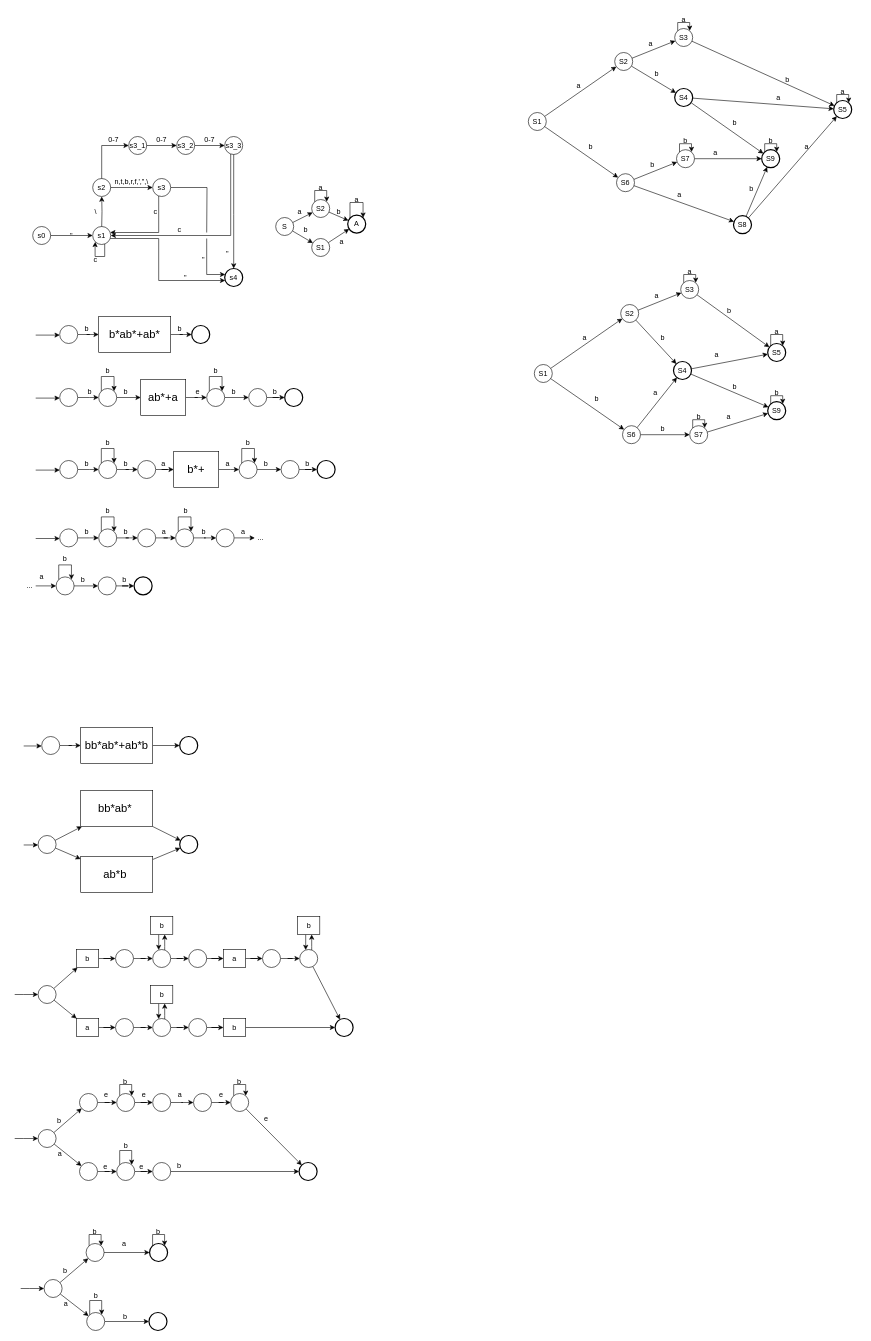
Earlier version of the draw.io diagram at/lab3/lab3.drawio (AnDreV133/BSTU-labs). Source tidied: cells renumbered, new cells numbered last; positions are measured from the earlier drawing's top-left corner, leaving out a move shared by most shapes. Both pictures are drawn from the tidied source at 60%, with x=0, y=0 at pixel (11, 10).
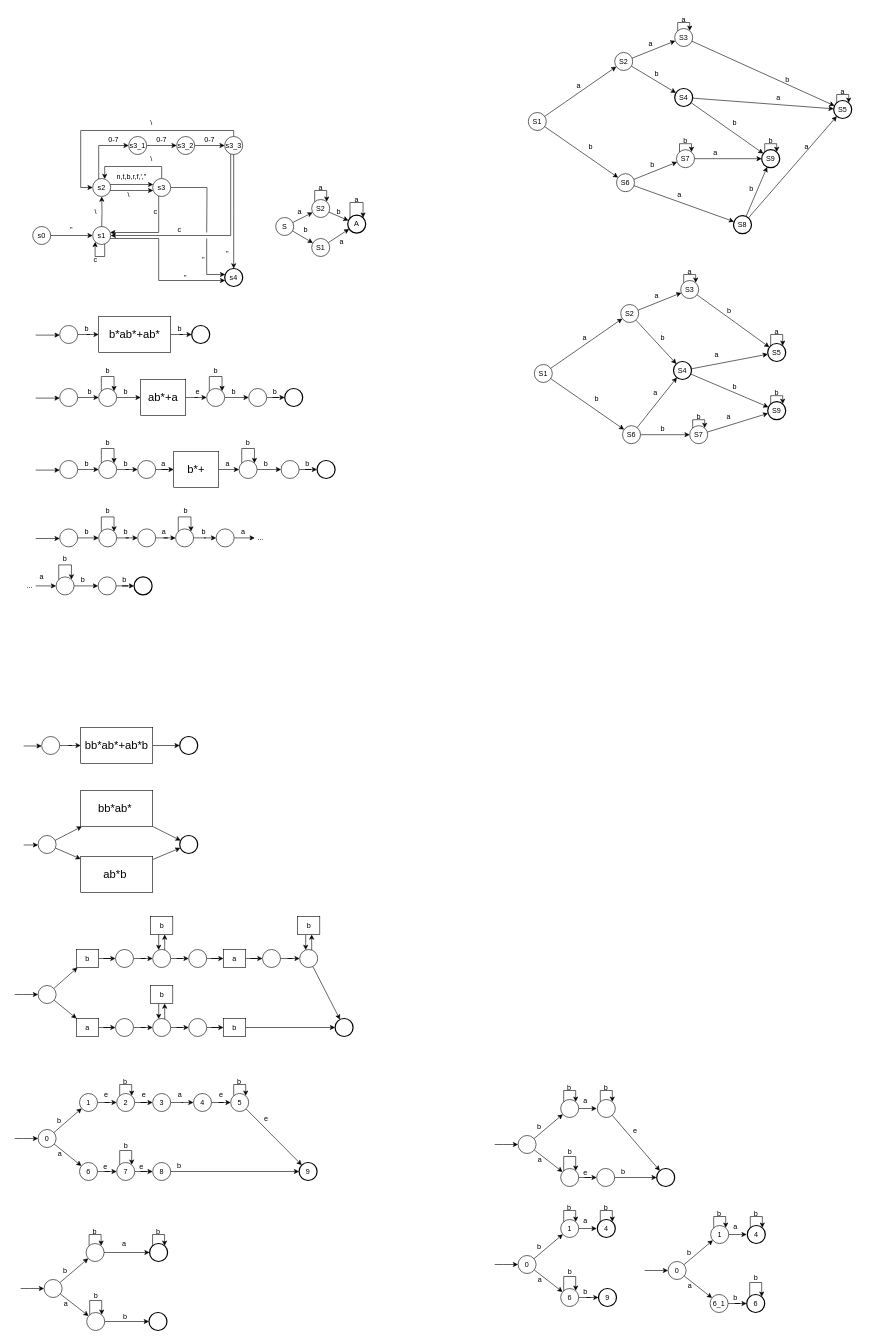
After the change.

Unchanged cells that the change refers to:
```xml
<mxCell id="7" value="s2" style="ellipse;whiteSpace=wrap;html=1;" parent="1" vertex="1">
  <mxGeometry x="135" y="280" width="30" height="30" as="geometry" />
</mxCell>
<mxCell id="12" value="s3" style="ellipse;whiteSpace=wrap;html=1;" parent="1" vertex="1">
  <mxGeometry x="235" y="280" width="30" height="30" as="geometry" />
</mxCell>
<mxCell id="15" value="s3_1" style="ellipse;whiteSpace=wrap;html=1;" parent="1" vertex="1">
  <mxGeometry x="195" y="210" width="30" height="30" as="geometry" />
</mxCell>
<mxCell id="21" value="s3_3" style="ellipse;whiteSpace=wrap;html=1;" parent="1" vertex="1">
  <mxGeometry x="355" y="210" width="30" height="30" as="geometry" />
</mxCell>
```

Change to the diagram source:
```diff
@@
     <mxCell id="3" value="&quot;" style="text;html=1;align=center;verticalAlign=middle;whiteSpace=wrap;rounded=0;" parent="1" vertex="1">
-      <mxGeometry x="85" y="360" width="30" height="30" as="geometry" />
+      <mxGeometry x="85" y="350" width="30" height="30" as="geometry" />
     </mxCell>
@@
+    <mxCell id="324" style="edgeStyle=orthogonalEdgeStyle;rounded=0;jettySize=auto;html=1;" parent="1" edge="1" source="12" target="7">
+      <mxGeometry relative="1" as="geometry">
+        <Array as="points">
+          <mxPoint x="250" y="260" />
+          <mxPoint x="155" y="260" />
+        </Array>
+      </mxGeometry>
+    </mxCell>
@@
     <mxCell id="13" style="edgeStyle=orthogonalEdgeStyle;rounded=0;jettySize=auto;html=1;" parent="1" edge="1" source="7" target="12">
-      <mxGeometry relative="1" as="geometry" />
+      <mxGeometry relative="1" as="geometry">
+        <Array as="points">
+          <mxPoint x="205" y="290" />
+          <mxPoint x="205" y="290" />
+        </Array>
+      </mxGeometry>
     </mxCell>
-    <mxCell id="14" value="n,t,b,r,f,',&quot;,\" style="text;html=1;align=center;verticalAlign=middle;whiteSpace=wrap;rounded=0;" parent="1" vertex="1">
-      <mxGeometry x="185" y="270" width="30" height="30" as="geometry" />
+    <mxCell id="14" value="n,t,b,r,f,',&quot;" style="text;html=1;align=center;verticalAlign=middle;whiteSpace=wrap;rounded=0;" parent="1" vertex="1">
+      <mxGeometry x="185" y="263" width="30" height="30" as="geometry" />
     </mxCell>
@@
     <mxCell id="16" style="edgeStyle=orthogonalEdgeStyle;rounded=0;jettySize=auto;html=1;" parent="1" edge="1" source="7" target="15">
       <mxGeometry relative="1" as="geometry">
         <Array as="points">
-          <mxPoint x="150" y="225" />
+          <mxPoint x="145" y="225" />
         </Array>
       </mxGeometry>
     </mxCell>
@@
+    <mxCell id="325" style="edgeStyle=orthogonalEdgeStyle;rounded=0;jettySize=auto;html=1;" parent="1" edge="1" source="21" target="7">
+      <mxGeometry relative="1" as="geometry">
+        <Array as="points">
+          <mxPoint x="370" y="200" />
+          <mxPoint x="115" y="200" />
+          <mxPoint x="115" y="295" />
+        </Array>
+      </mxGeometry>
+    </mxCell>
@@
-    <mxCell id="269" style="ellipse;whiteSpace=wrap;html=1;" parent="1" vertex="1">
+    <mxCell id="269" value="0" style="ellipse;whiteSpace=wrap;html=1;" parent="1" vertex="1">
       <mxGeometry x="44" y="1865" width="30" height="30" as="geometry" />
     </mxCell>
@@
-    <mxCell id="271" style="ellipse;whiteSpace=wrap;html=1;strokeWidth=2;" parent="1" vertex="1">
+    <mxCell id="271" value="9" style="ellipse;whiteSpace=wrap;html=1;strokeWidth=2;" parent="1" vertex="1">
       <mxGeometry x="479" y="1920" width="30" height="30" as="geometry" />
     </mxCell>
@@
-    <mxCell id="273" style="ellipse;whiteSpace=wrap;html=1;" parent="1" vertex="1">
+    <mxCell id="273" value="1" style="ellipse;whiteSpace=wrap;html=1;" parent="1" vertex="1">
       <mxGeometry x="113" y="1805" width="30" height="30" as="geometry" />
     </mxCell>
@@
-    <mxCell id="275" style="ellipse;whiteSpace=wrap;html=1;" parent="1" vertex="1">
+    <mxCell id="275" value="2" style="ellipse;whiteSpace=wrap;html=1;" parent="1" vertex="1">
       <mxGeometry x="175" y="1805" width="30" height="30" as="geometry" />
     </mxCell>
@@
-    <mxCell id="277" style="ellipse;whiteSpace=wrap;html=1;" parent="1" vertex="1">
+    <mxCell id="277" value="3" style="ellipse;whiteSpace=wrap;html=1;" parent="1" vertex="1">
       <mxGeometry x="235" y="1805" width="30" height="30" as="geometry" />
     </mxCell>
@@
-    <mxCell id="279" style="ellipse;whiteSpace=wrap;html=1;" parent="1" vertex="1">
+    <mxCell id="279" value="4" style="ellipse;whiteSpace=wrap;html=1;" parent="1" vertex="1">
       <mxGeometry x="303" y="1805" width="30" height="30" as="geometry" />
     </mxCell>
@@
-    <mxCell id="282" style="ellipse;whiteSpace=wrap;html=1;" parent="1" vertex="1">
+    <mxCell id="282" value="6" style="ellipse;whiteSpace=wrap;html=1;" parent="1" vertex="1">
       <mxGeometry x="113" y="1920" width="30" height="30" as="geometry" />
     </mxCell>
@@
-    <mxCell id="284" style="ellipse;whiteSpace=wrap;html=1;" parent="1" vertex="1">
+    <mxCell id="284" value="7" style="ellipse;whiteSpace=wrap;html=1;" parent="1" vertex="1">
       <mxGeometry x="175" y="1920" width="30" height="30" as="geometry" />
     </mxCell>
-    <mxCell id="285" style="ellipse;whiteSpace=wrap;html=1;" parent="1" vertex="1">
+    <mxCell id="285" value="8" style="ellipse;whiteSpace=wrap;html=1;" parent="1" vertex="1">
       <mxGeometry x="235" y="1920" width="30" height="30" as="geometry" />
     </mxCell>
@@
-    <mxCell id="297" style="ellipse;whiteSpace=wrap;html=1;" parent="1" vertex="1">
+    <mxCell id="297" value="5" style="ellipse;whiteSpace=wrap;html=1;" parent="1" vertex="1">
       <mxGeometry x="365" y="1805" width="30" height="30" as="geometry" />
     </mxCell>
@@
+    <mxCell id="326" style="edgeStyle=orthogonalEdgeStyle;rounded=0;jettySize=auto;html=1;" parent="1" edge="1" source="7" target="12">
+      <mxGeometry relative="1" as="geometry">
+        <Array as="points">
+          <mxPoint x="205" y="300" />
+          <mxPoint x="205" y="300" />
+        </Array>
+      </mxGeometry>
+    </mxCell>
+    <mxCell id="327" value="\" style="text;html=1;align=center;verticalAlign=middle;whiteSpace=wrap;rounded=0;" parent="1" vertex="1">
+      <mxGeometry x="180" y="293" width="30" height="30" as="geometry" />
+    </mxCell>
+    <mxCell id="328" value="\" style="text;html=1;align=center;verticalAlign=middle;whiteSpace=wrap;rounded=0;" parent="1" vertex="1">
+      <mxGeometry x="218" y="172" width="30" height="30" as="geometry" />
+    </mxCell>
+    <mxCell id="329" value="\" style="text;html=1;align=center;verticalAlign=middle;whiteSpace=wrap;rounded=0;" parent="1" vertex="1">
+      <mxGeometry x="218" y="233" width="30" height="30" as="geometry" />
+    </mxCell>
+    <mxCell id="330" value="&lt;div&gt;&lt;br&gt;&lt;/div&gt;" style="endArrow=classic;html=1;rounded=0;" parent="1" edge="1" source="332" target="336">
+      <mxGeometry x="-0.31" y="6" relative="1" as="geometry" />
+    </mxCell>
+    <mxCell id="331" style="endArrow=classic;html=1;rounded=0;" parent="1" edge="1" source="332" target="339">
+      <mxGeometry relative="1" as="geometry" />
+    </mxCell>
+    <mxCell id="332" style="ellipse;whiteSpace=wrap;html=1;" parent="1" vertex="1">
+      <mxGeometry x="844" y="1875" width="30" height="30" as="geometry" />
+    </mxCell>
+    <mxCell id="333" style="edgeStyle=orthogonalEdgeStyle;rounded=0;jettySize=auto;html=1;" parent="1" edge="1" target="332">
+      <mxGeometry relative="1" as="geometry">
+        <mxPoint x="805" y="1890" as="sourcePoint" />
+        <Array as="points">
+          <mxPoint x="820" y="1890" />
+        </Array>
+      </mxGeometry>
+    </mxCell>
+    <mxCell id="334" style="ellipse;whiteSpace=wrap;html=1;strokeWidth=2;" parent="1" vertex="1">
+      <mxGeometry x="1075" y="1930" width="30" height="30" as="geometry" />
+    </mxCell>
+    <mxCell id="335" style="edgeStyle=orthogonalEdgeStyle;rounded=0;jettySize=auto;html=1;" parent="1" edge="1" source="336">
+      <mxGeometry relative="1" as="geometry">
+        <mxPoint x="975" y="1830" as="targetPoint" />
+      </mxGeometry>
+    </mxCell>
+    <mxCell id="336" style="ellipse;whiteSpace=wrap;html=1;" parent="1" vertex="1">
+      <mxGeometry x="915" y="1815" width="30" height="30" as="geometry" />
+    </mxCell>
+    <mxCell id="337" style="endArrow=classic;html=1;rounded=0;" parent="1" edge="1" source="349" target="334">
+      <mxGeometry relative="1" as="geometry" />
+    </mxCell>
+    <mxCell id="338" style="edgeStyle=orthogonalEdgeStyle;rounded=0;jettySize=auto;html=1;" parent="1" edge="1" source="339" target="340">
+      <mxGeometry relative="1" as="geometry" />
+    </mxCell>
+    <mxCell id="339" style="ellipse;whiteSpace=wrap;html=1;" parent="1" vertex="1">
+      <mxGeometry x="915" y="1930" width="30" height="30" as="geometry" />
+    </mxCell>
+    <mxCell id="340" style="ellipse;whiteSpace=wrap;html=1;" parent="1" vertex="1">
+      <mxGeometry x="975" y="1930" width="30" height="30" as="geometry" />
+    </mxCell>
+    <mxCell id="341" style="edgeStyle=orthogonalEdgeStyle;rounded=0;jettySize=auto;html=1;" parent="1" edge="1" source="340" target="334">
+      <mxGeometry relative="1" as="geometry" />
+    </mxCell>
+    <mxCell id="342" value="b" style="text;html=1;align=center;verticalAlign=middle;whiteSpace=wrap;rounded=0;" parent="1" vertex="1">
+      <mxGeometry x="864" y="1845" width="31" height="30" as="geometry" />
+    </mxCell>
+    <mxCell id="343" value="a" style="text;html=1;align=center;verticalAlign=middle;whiteSpace=wrap;rounded=0;" parent="1" vertex="1">
+      <mxGeometry x="865" y="1900" width="31" height="30" as="geometry" />
+    </mxCell>
+    <mxCell id="344" value="e&lt;div&gt;&lt;br&gt;&lt;/div&gt;" style="text;html=1;align=center;verticalAlign=middle;whiteSpace=wrap;rounded=0;" parent="1" vertex="1">
+      <mxGeometry x="940.5" y="1930" width="31" height="30" as="geometry" />
+    </mxCell>
+    <mxCell id="345" style="edgeStyle=orthogonalEdgeStyle;rounded=0;orthogonalLoop=1;jettySize=auto;html=1;" parent="1" edge="1" source="336" target="336">
+      <mxGeometry relative="1" as="geometry">
+        <Array as="points">
+          <mxPoint x="935" y="1800" />
+        </Array>
+      </mxGeometry>
+    </mxCell>
+    <mxCell id="346" value="b" style="text;html=1;align=center;verticalAlign=middle;whiteSpace=wrap;rounded=0;" parent="1" vertex="1">
+      <mxGeometry x="914" y="1780" width="31" height="30" as="geometry" />
+    </mxCell>
+    <mxCell id="347" style="edgeStyle=orthogonalEdgeStyle;rounded=0;orthogonalLoop=1;jettySize=auto;html=1;" parent="1" edge="1" source="339" target="339">
+      <mxGeometry relative="1" as="geometry">
+        <Array as="points">
+          <mxPoint x="925" y="1910" />
+        </Array>
+      </mxGeometry>
+    </mxCell>
+    <mxCell id="348" value="&lt;div&gt;&lt;br&gt;&lt;/div&gt;b" style="text;html=1;align=center;verticalAlign=middle;whiteSpace=wrap;rounded=0;" parent="1" vertex="1">
+      <mxGeometry x="915" y="1880" width="31" height="30" as="geometry" />
+    </mxCell>
+    <mxCell id="349" style="ellipse;whiteSpace=wrap;html=1;" parent="1" vertex="1">
+      <mxGeometry x="976" y="1815" width="30" height="30" as="geometry" />
+    </mxCell>
+    <mxCell id="350" style="edgeStyle=orthogonalEdgeStyle;rounded=0;orthogonalLoop=1;jettySize=auto;html=1;" parent="1" edge="1" source="349" target="349">
+      <mxGeometry relative="1" as="geometry">
+        <Array as="points">
+          <mxPoint x="996" y="1800" />
+        </Array>
+      </mxGeometry>
+    </mxCell>
+    <mxCell id="351" value="b" style="text;html=1;align=center;verticalAlign=middle;whiteSpace=wrap;rounded=0;" parent="1" vertex="1">
+      <mxGeometry x="975" y="1780" width="31" height="30" as="geometry" />
+    </mxCell>
+    <mxCell id="352" value="a&lt;div&gt;&lt;br&gt;&lt;/div&gt;" style="text;html=1;align=center;verticalAlign=middle;whiteSpace=wrap;rounded=0;" parent="1" vertex="1">
+      <mxGeometry x="940.5" y="1810" width="31" height="30" as="geometry" />
+    </mxCell>
+    <mxCell id="353" value="e&lt;div&gt;&lt;br&gt;&lt;/div&gt;" style="text;html=1;align=center;verticalAlign=middle;whiteSpace=wrap;rounded=0;" parent="1" vertex="1">
+      <mxGeometry x="1024" y="1860" width="31" height="30" as="geometry" />
+    </mxCell>
+    <mxCell id="354" value="b" style="text;html=1;align=center;verticalAlign=middle;whiteSpace=wrap;rounded=0;" parent="1" vertex="1">
+      <mxGeometry x="1004" y="1920" width="31" height="30" as="geometry" />
+    </mxCell>
+    <mxCell id="355" value="&lt;div&gt;&lt;br&gt;&lt;/div&gt;" style="endArrow=classic;html=1;rounded=0;" parent="1" edge="1" source="357" target="361">
+      <mxGeometry x="-0.31" y="6" relative="1" as="geometry" />
+    </mxCell>
+    <mxCell id="356" style="endArrow=classic;html=1;rounded=0;" parent="1" edge="1" source="357" target="363">
+      <mxGeometry relative="1" as="geometry" />
+    </mxCell>
+    <mxCell id="357" value="0" style="ellipse;whiteSpace=wrap;html=1;" parent="1" vertex="1">
+      <mxGeometry x="844" y="2075" width="30" height="30" as="geometry" />
+    </mxCell>
+    <mxCell id="358" style="edgeStyle=orthogonalEdgeStyle;rounded=0;jettySize=auto;html=1;" parent="1" edge="1" target="357">
+      <mxGeometry relative="1" as="geometry">
+        <mxPoint x="805" y="2090" as="sourcePoint" />
+        <Array as="points">
+          <mxPoint x="820" y="2090" />
+        </Array>
+      </mxGeometry>
+    </mxCell>
+    <mxCell id="359" value="9" style="ellipse;whiteSpace=wrap;html=1;strokeWidth=2;" parent="1" vertex="1">
+      <mxGeometry x="978" y="2130" width="30" height="30" as="geometry" />
+    </mxCell>
+    <mxCell id="360" style="edgeStyle=orthogonalEdgeStyle;rounded=0;jettySize=auto;html=1;" parent="1" edge="1" source="361">
+      <mxGeometry relative="1" as="geometry">
+        <mxPoint x="975" y="2030" as="targetPoint" />
+      </mxGeometry>
+    </mxCell>
+    <mxCell id="361" value="1" style="ellipse;whiteSpace=wrap;html=1;" parent="1" vertex="1">
+      <mxGeometry x="915" y="2015" width="30" height="30" as="geometry" />
+    </mxCell>
+    <mxCell id="362" style="edgeStyle=orthogonalEdgeStyle;rounded=0;jettySize=auto;html=1;" parent="1" edge="1" source="363" target="359">
+      <mxGeometry relative="1" as="geometry" />
+    </mxCell>
+    <mxCell id="363" value="6" style="ellipse;whiteSpace=wrap;html=1;" parent="1" vertex="1">
+      <mxGeometry x="915" y="2130" width="30" height="30" as="geometry" />
+    </mxCell>
+    <mxCell id="364" value="b" style="text;html=1;align=center;verticalAlign=middle;whiteSpace=wrap;rounded=0;" parent="1" vertex="1">
+      <mxGeometry x="864" y="2045" width="31" height="30" as="geometry" />
+    </mxCell>
+    <mxCell id="365" value="a" style="text;html=1;align=center;verticalAlign=middle;whiteSpace=wrap;rounded=0;" parent="1" vertex="1">
+      <mxGeometry x="865" y="2100" width="31" height="30" as="geometry" />
+    </mxCell>
+    <mxCell id="366" style="edgeStyle=orthogonalEdgeStyle;rounded=0;orthogonalLoop=1;jettySize=auto;html=1;" parent="1" edge="1" source="361" target="361">
+      <mxGeometry relative="1" as="geometry">
+        <Array as="points">
+          <mxPoint x="935" y="2000" />
+        </Array>
+      </mxGeometry>
+    </mxCell>
+    <mxCell id="367" value="b" style="text;html=1;align=center;verticalAlign=middle;whiteSpace=wrap;rounded=0;" parent="1" vertex="1">
+      <mxGeometry x="914" y="1980" width="31" height="30" as="geometry" />
+    </mxCell>
+    <mxCell id="368" style="edgeStyle=orthogonalEdgeStyle;rounded=0;orthogonalLoop=1;jettySize=auto;html=1;" parent="1" edge="1" source="363" target="363">
+      <mxGeometry relative="1" as="geometry">
+        <Array as="points">
+          <mxPoint x="925" y="2110" />
+        </Array>
+      </mxGeometry>
+    </mxCell>
+    <mxCell id="369" value="&lt;div&gt;&lt;br&gt;&lt;/div&gt;b" style="text;html=1;align=center;verticalAlign=middle;whiteSpace=wrap;rounded=0;" parent="1" vertex="1">
+      <mxGeometry x="915" y="2080" width="31" height="30" as="geometry" />
+    </mxCell>
+    <mxCell id="370" value="4" style="ellipse;whiteSpace=wrap;html=1;strokeWidth=2;" parent="1" vertex="1">
+      <mxGeometry x="976" y="2015" width="30" height="30" as="geometry" />
+    </mxCell>
+    <mxCell id="371" style="edgeStyle=orthogonalEdgeStyle;rounded=0;orthogonalLoop=1;jettySize=auto;html=1;" parent="1" edge="1" source="370" target="370">
+      <mxGeometry relative="1" as="geometry">
+        <Array as="points">
+          <mxPoint x="996" y="2000" />
+        </Array>
+      </mxGeometry>
+    </mxCell>
+    <mxCell id="372" value="b" style="text;html=1;align=center;verticalAlign=middle;whiteSpace=wrap;rounded=0;" parent="1" vertex="1">
+      <mxGeometry x="975" y="1980" width="31" height="30" as="geometry" />
+    </mxCell>
+    <mxCell id="373" value="a&lt;div&gt;&lt;br&gt;&lt;/div&gt;" style="text;html=1;align=center;verticalAlign=middle;whiteSpace=wrap;rounded=0;" parent="1" vertex="1">
+      <mxGeometry x="940.5" y="2010" width="31" height="30" as="geometry" />
+    </mxCell>
+    <mxCell id="374" value="b" style="text;html=1;align=center;verticalAlign=middle;whiteSpace=wrap;rounded=0;" parent="1" vertex="1">
+      <mxGeometry x="940.5" y="2120" width="31" height="30" as="geometry" />
+    </mxCell>
+    <mxCell id="375" value="&lt;div&gt;&lt;br&gt;&lt;/div&gt;" style="endArrow=classic;html=1;rounded=0;" parent="1" edge="1" source="377" target="380">
+      <mxGeometry x="-0.31" y="6" relative="1" as="geometry" />
+    </mxCell>
+    <mxCell id="376" style="endArrow=classic;html=1;rounded=0;" parent="1" edge="1" source="377" target="393">
+      <mxGeometry relative="1" as="geometry" />
+    </mxCell>
+    <mxCell id="377" value="0" style="ellipse;whiteSpace=wrap;html=1;" parent="1" vertex="1">
+      <mxGeometry x="1094" y="2085" width="30" height="30" as="geometry" />
+    </mxCell>
+    <mxCell id="378" style="edgeStyle=orthogonalEdgeStyle;rounded=0;jettySize=auto;html=1;" parent="1" edge="1" target="377">
+      <mxGeometry relative="1" as="geometry">
+        <mxPoint x="1055" y="2100" as="sourcePoint" />
+        <Array as="points">
+          <mxPoint x="1070" y="2100" />
+        </Array>
+      </mxGeometry>
+    </mxCell>
+    <mxCell id="379" style="edgeStyle=orthogonalEdgeStyle;rounded=0;jettySize=auto;html=1;" parent="1" edge="1" source="380">
+      <mxGeometry relative="1" as="geometry">
+        <mxPoint x="1225" y="2040" as="targetPoint" />
+      </mxGeometry>
+    </mxCell>
+    <mxCell id="380" value="1" style="ellipse;whiteSpace=wrap;html=1;" parent="1" vertex="1">
+      <mxGeometry x="1165" y="2025" width="30" height="30" as="geometry" />
+    </mxCell>
+    <mxCell id="381" value="6" style="ellipse;whiteSpace=wrap;html=1;strokeWidth=2;" parent="1" vertex="1">
+      <mxGeometry x="1225" y="2140" width="30" height="30" as="geometry" />
+    </mxCell>
+    <mxCell id="382" value="b" style="text;html=1;align=center;verticalAlign=middle;whiteSpace=wrap;rounded=0;" parent="1" vertex="1">
+      <mxGeometry x="1114" y="2055" width="31" height="30" as="geometry" />
+    </mxCell>
+    <mxCell id="383" value="a" style="text;html=1;align=center;verticalAlign=middle;whiteSpace=wrap;rounded=0;" parent="1" vertex="1">
+      <mxGeometry x="1115" y="2110" width="31" height="30" as="geometry" />
+    </mxCell>
+    <mxCell id="384" style="edgeStyle=orthogonalEdgeStyle;rounded=0;orthogonalLoop=1;jettySize=auto;html=1;" parent="1" edge="1" source="380" target="380">
+      <mxGeometry relative="1" as="geometry">
+        <Array as="points">
+          <mxPoint x="1185" y="2010" />
+        </Array>
+      </mxGeometry>
+    </mxCell>
+    <mxCell id="385" value="b" style="text;html=1;align=center;verticalAlign=middle;whiteSpace=wrap;rounded=0;" parent="1" vertex="1">
+      <mxGeometry x="1164" y="1990" width="31" height="30" as="geometry" />
+    </mxCell>
+    <mxCell id="386" style="edgeStyle=orthogonalEdgeStyle;rounded=0;orthogonalLoop=1;jettySize=auto;html=1;" parent="1" edge="1" source="381" target="381">
+      <mxGeometry relative="1" as="geometry">
+        <Array as="points">
+          <mxPoint x="1235" y="2120" />
+        </Array>
+      </mxGeometry>
+    </mxCell>
+    <mxCell id="387" value="&lt;div&gt;&lt;br&gt;&lt;/div&gt;b" style="text;html=1;align=center;verticalAlign=middle;whiteSpace=wrap;rounded=0;" parent="1" vertex="1">
+      <mxGeometry x="1225" y="2090" width="31" height="30" as="geometry" />
+    </mxCell>
+    <mxCell id="388" value="4" style="ellipse;whiteSpace=wrap;html=1;strokeWidth=2;" parent="1" vertex="1">
+      <mxGeometry x="1226" y="2025" width="30" height="30" as="geometry" />
+    </mxCell>
+    <mxCell id="389" style="edgeStyle=orthogonalEdgeStyle;rounded=0;orthogonalLoop=1;jettySize=auto;html=1;" parent="1" edge="1" source="388" target="388">
+      <mxGeometry relative="1" as="geometry">
+        <Array as="points">
+          <mxPoint x="1246" y="2010" />
+        </Array>
+      </mxGeometry>
+    </mxCell>
+    <mxCell id="390" value="b" style="text;html=1;align=center;verticalAlign=middle;whiteSpace=wrap;rounded=0;" parent="1" vertex="1">
+      <mxGeometry x="1225" y="1990" width="31" height="30" as="geometry" />
+    </mxCell>
+    <mxCell id="391" value="a&lt;div&gt;&lt;br&gt;&lt;/div&gt;" style="text;html=1;align=center;verticalAlign=middle;whiteSpace=wrap;rounded=0;" parent="1" vertex="1">
+      <mxGeometry x="1190.5" y="2020" width="31" height="30" as="geometry" />
+    </mxCell>
+    <mxCell id="392" style="edgeStyle=orthogonalEdgeStyle;rounded=0;jettySize=auto;html=1;" parent="1" edge="1" source="393" target="381">
+      <mxGeometry relative="1" as="geometry" />
+    </mxCell>
+    <mxCell id="393" value="6_1" style="ellipse;whiteSpace=wrap;html=1;" parent="1" vertex="1">
+      <mxGeometry x="1164" y="2140" width="30" height="30" as="geometry" />
+    </mxCell>
+    <mxCell id="394" value="b" style="text;html=1;align=center;verticalAlign=middle;whiteSpace=wrap;rounded=0;" parent="1" vertex="1">
+      <mxGeometry x="1190.5" y="2130" width="31" height="30" as="geometry" />
+    </mxCell>
```
